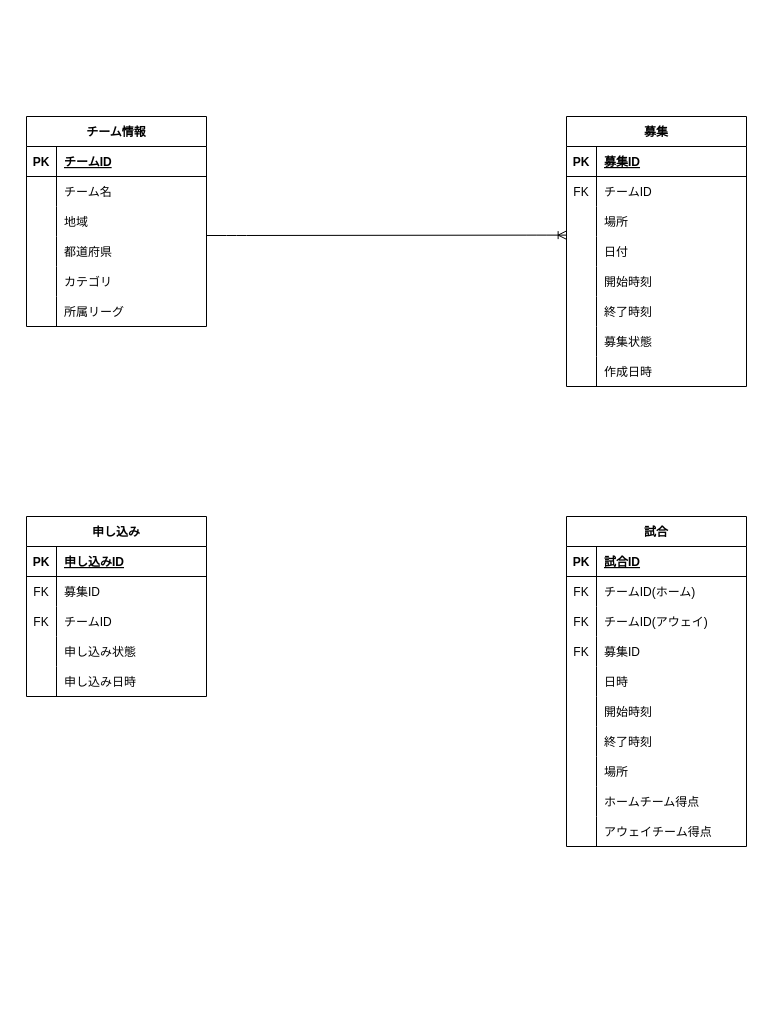
NagaoTadashi/football-matching-app keeps this draw.io diagram as docs/ERD.dio. Above is the earlier version. Source tidied: cells renumbered, new cells numbered last; positions are measured from the earlier drawing's top-left corner, leaving out a move shared by most shapes. Both pictures are drawn from the tidied source at 100%, with x=0, y=0 at pixel (26, 116).
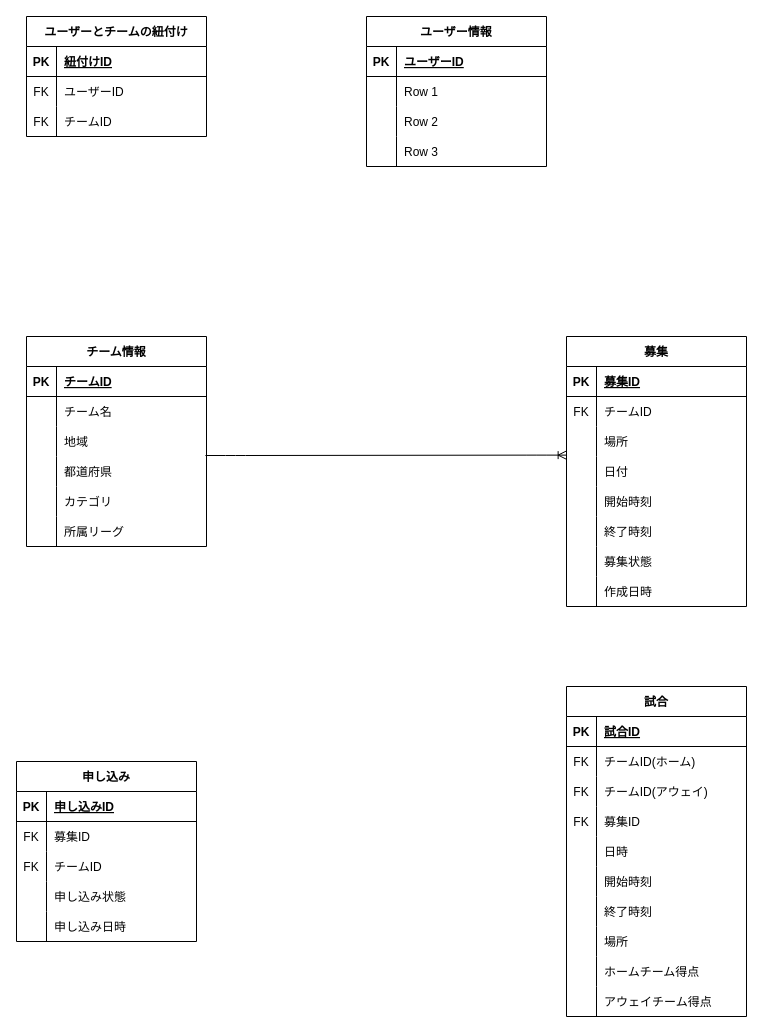
The same diagram, later.

Commit message:
テーブルを追加しました

The change refers to these unchanged cells:
```xml
<mxCell id="12" style="shape=tableRow;horizontal=0;startSize=0;swimlaneHead=0;swimlaneBody=0;fillColor=none;points=[[0,0.5],[1,0.5]];portConstraint=eastwest;top=0;left=0;right=0;bottom=0;" parent="2" vertex="1">
  <mxGeometry y="120" width="180" height="30" as="geometry" />
</mxCell>
<mxCell id="28" style="shape=tableRow;horizontal=0;startSize=0;swimlaneHead=0;swimlaneBody=0;fillColor=none;points=[[0,0.5],[1,0.5]];portConstraint=eastwest;top=0;left=0;right=0;bottom=0;" parent="21" vertex="1">
  <mxGeometry y="90" width="180" height="30" as="geometry" />
</mxCell>
```

The edit, as a diff of the source:
```diff
@@
     <mxCell id="2" value="チーム情報" style="shape=table;startSize=30;childLayout=tableLayout;rowLines=0;fontStyle=1;align=center;" parent="1" vertex="1">
-      <mxGeometry width="180" height="210" as="geometry" />
+      <mxGeometry y="220" width="180" height="210" as="geometry" />
     </mxCell>
@@
     <mxCell id="21" value="募集" style="shape=table;startSize=30;childLayout=tableLayout;rowLines=0;fontStyle=1;align=center;" parent="1" vertex="1">
-      <mxGeometry x="540" width="180" height="270" as="geometry" />
+      <mxGeometry x="540" y="220" width="180" height="270" as="geometry" />
     </mxCell>
@@
     <mxCell id="46" value="申し込み" style="shape=table;startSize=30;childLayout=tableLayout;rowLines=0;fontStyle=1;align=center;" parent="1" vertex="1">
-      <mxGeometry y="400" width="180" height="180" as="geometry" />
+      <mxGeometry x="-10" y="645" width="180" height="180" as="geometry" />
     </mxCell>
@@
     <mxCell id="62" value="試合" style="shape=table;startSize=30;childLayout=tableLayout;rowLines=0;fontStyle=1;align=center;" parent="1" vertex="1">
-      <mxGeometry x="540" y="400" width="180" height="330" as="geometry" />
+      <mxGeometry x="540" y="570" width="180" height="330" as="geometry" />
     </mxCell>
@@
-    <mxCell id="93" style="edgeStyle=entityRelationEdgeStyle;fontSize=12;html=1;endArrow=ERoneToMany;entryX=-0.002;entryY=0.954;entryDx=0;entryDy=0;entryPerimeter=0;" parent="1" edge="1" target="28">
-      <mxGeometry relative="1" as="geometry">
-        <mxPoint x="180" y="119" as="sourcePoint" />
-      </mxGeometry>
+    <mxCell id="93" style="edgeStyle=entityRelationEdgeStyle;fontSize=12;html=1;endArrow=ERoneToMany;entryX=-0.002;entryY=0.954;entryDx=0;entryDy=0;entryPerimeter=0;exitX=0.994;exitY=-0.033;exitDx=0;exitDy=0;exitPerimeter=0;" parent="1" edge="1" source="12" target="28">
+      <mxGeometry relative="1" as="geometry" />
     </mxCell>
+    <mxCell id="94" value="ユーザー情報" style="shape=table;startSize=30;childLayout=tableLayout;rowLines=0;fontStyle=1;align=center;" parent="1" vertex="1">
+      <mxGeometry x="340" y="-100" width="180" height="150" as="geometry" />
+    </mxCell>
+    <mxCell id="95" style="shape=tableRow;horizontal=0;startSize=0;swimlaneHead=0;swimlaneBody=0;fillColor=none;top=0;left=0;right=0;bottom=1;" parent="94" vertex="1">
+      <mxGeometry y="30" width="180" height="30" as="geometry" />
+    </mxCell>
+    <mxCell id="96" value="PK" style="shape=partialRectangle;fillColor=none;top=0;left=0;bottom=0;right=0;fontStyle=1;overflow=hidden;" parent="95" vertex="1">
+      <mxGeometry width="30" height="30" as="geometry" />
+    </mxCell>
+    <mxCell id="97" value="ユーザーID" style="shape=partialRectangle;fillColor=none;top=0;left=0;bottom=0;right=0;align=left;spacingLeft=6;fontStyle=5;overflow=hidden;" parent="95" vertex="1">
+      <mxGeometry x="30" width="150" height="30" as="geometry" />
+    </mxCell>
+    <mxCell id="98" style="shape=tableRow;horizontal=0;startSize=0;swimlaneHead=0;swimlaneBody=0;fillColor=none;top=0;left=0;right=0;bottom=0;" parent="94" vertex="1">
+      <mxGeometry y="60" width="180" height="30" as="geometry" />
+    </mxCell>
+    <mxCell id="99" style="shape=partialRectangle;fillColor=none;top=0;left=0;bottom=0;right=0;overflow=hidden;" parent="98" vertex="1">
+      <mxGeometry width="30" height="30" as="geometry" />
+    </mxCell>
+    <mxCell id="100" value="Row 1" style="shape=partialRectangle;fillColor=none;top=0;left=0;bottom=0;right=0;align=left;spacingLeft=6;overflow=hidden;" parent="98" vertex="1">
+      <mxGeometry x="30" width="150" height="30" as="geometry" />
+    </mxCell>
+    <mxCell id="101" style="shape=tableRow;horizontal=0;startSize=0;swimlaneHead=0;swimlaneBody=0;fillColor=none;top=0;left=0;right=0;bottom=0;" parent="94" vertex="1">
+      <mxGeometry y="90" width="180" height="30" as="geometry" />
+    </mxCell>
+    <mxCell id="102" style="shape=partialRectangle;fillColor=none;top=0;left=0;bottom=0;right=0;overflow=hidden;" parent="101" vertex="1">
+      <mxGeometry width="30" height="30" as="geometry" />
+    </mxCell>
+    <mxCell id="103" value="Row 2" style="shape=partialRectangle;fillColor=none;top=0;left=0;bottom=0;right=0;align=left;spacingLeft=6;overflow=hidden;" parent="101" vertex="1">
+      <mxGeometry x="30" width="150" height="30" as="geometry" />
+    </mxCell>
+    <mxCell id="104" style="shape=tableRow;horizontal=0;startSize=0;swimlaneHead=0;swimlaneBody=0;fillColor=none;top=0;left=0;right=0;bottom=0;" parent="94" vertex="1">
+      <mxGeometry y="120" width="180" height="30" as="geometry" />
+    </mxCell>
+    <mxCell id="105" style="shape=partialRectangle;fillColor=none;top=0;left=0;bottom=0;right=0;overflow=hidden;" parent="104" vertex="1">
+      <mxGeometry width="30" height="30" as="geometry" />
+    </mxCell>
+    <mxCell id="106" value="Row 3" style="shape=partialRectangle;fillColor=none;top=0;left=0;bottom=0;right=0;align=left;spacingLeft=6;overflow=hidden;" parent="104" vertex="1">
+      <mxGeometry x="30" width="150" height="30" as="geometry" />
+    </mxCell>
+    <mxCell id="107" value="ユーザーとチームの紐付け" style="shape=table;startSize=30;childLayout=tableLayout;rowLines=0;fontStyle=1;align=center;" parent="1" vertex="1">
+      <mxGeometry y="-100" width="180" height="120" as="geometry" />
+    </mxCell>
+    <mxCell id="108" style="shape=tableRow;horizontal=0;startSize=0;swimlaneHead=0;swimlaneBody=0;fillColor=none;top=0;left=0;right=0;bottom=1;" parent="107" vertex="1">
+      <mxGeometry y="30" width="180" height="30" as="geometry" />
+    </mxCell>
+    <mxCell id="109" value="PK" style="shape=partialRectangle;fillColor=none;top=0;left=0;bottom=0;right=0;fontStyle=1;overflow=hidden;" parent="108" vertex="1">
+      <mxGeometry width="30" height="30" as="geometry" />
+    </mxCell>
+    <mxCell id="110" value="紐付けID" style="shape=partialRectangle;fillColor=none;top=0;left=0;bottom=0;right=0;align=left;spacingLeft=6;fontStyle=5;overflow=hidden;" parent="108" vertex="1">
+      <mxGeometry x="30" width="150" height="30" as="geometry" />
+    </mxCell>
+    <mxCell id="111" style="shape=tableRow;horizontal=0;startSize=0;swimlaneHead=0;swimlaneBody=0;fillColor=none;top=0;left=0;right=0;bottom=0;" parent="107" vertex="1">
+      <mxGeometry y="60" width="180" height="30" as="geometry" />
+    </mxCell>
+    <mxCell id="112" value="FK" style="shape=partialRectangle;fillColor=none;top=0;left=0;bottom=0;right=0;overflow=hidden;" parent="111" vertex="1">
+      <mxGeometry width="30" height="30" as="geometry" />
+    </mxCell>
+    <mxCell id="113" value="ユーザーID" style="shape=partialRectangle;fillColor=none;top=0;left=0;bottom=0;right=0;align=left;spacingLeft=6;overflow=hidden;" parent="111" vertex="1">
+      <mxGeometry x="30" width="150" height="30" as="geometry" />
+    </mxCell>
+    <mxCell id="114" style="shape=tableRow;horizontal=0;startSize=0;swimlaneHead=0;swimlaneBody=0;fillColor=none;top=0;left=0;right=0;bottom=0;" parent="107" vertex="1">
+      <mxGeometry y="90" width="180" height="30" as="geometry" />
+    </mxCell>
+    <mxCell id="115" value="FK" style="shape=partialRectangle;fillColor=none;top=0;left=0;bottom=0;right=0;overflow=hidden;" parent="114" vertex="1">
+      <mxGeometry width="30" height="30" as="geometry" />
+    </mxCell>
+    <mxCell id="116" value="チームID" style="shape=partialRectangle;fillColor=none;top=0;left=0;bottom=0;right=0;align=left;spacingLeft=6;overflow=hidden;" parent="114" vertex="1">
+      <mxGeometry x="30" width="150" height="30" as="geometry" />
+    </mxCell>
```
